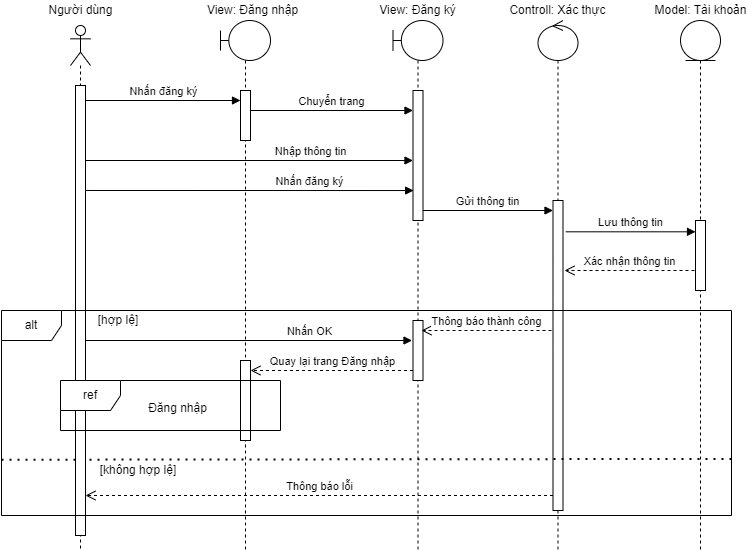
Earlier version of the draw.io export latex_thesis/Images/sequence/sequence_register.png (techcomrade/fmECG). Source tidied: cells renumbered, new cells last; positions are measured from the earlier drawing's top-left corner, leaving out a move shared by most shapes.
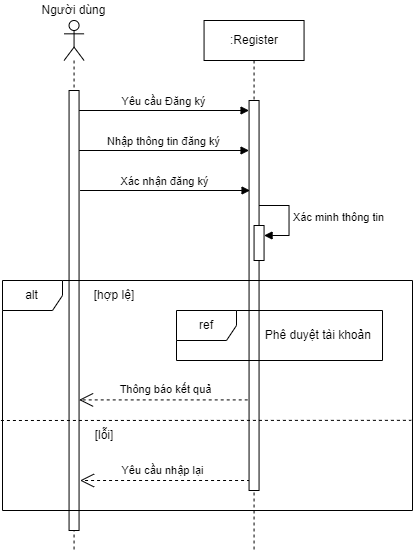
Above is the later version.

What changed in the source:
```diff
@@ -2,134 +2,81 @@
   <root>
     <mxCell id="0" />
     <mxCell id="1" parent="0" />
-    <mxCell id="2" style="shape=umlLifeline;perimeter=lifelinePerimeter;whiteSpace=wrap;html=1;newEdgeStyle={&quot;curved&quot;:0,&quot;rounded&quot;:0};participant=umlEntity;" parent="1" vertex="1">
-      <mxGeometry x="679" y="20" width="40" height="530" as="geometry" />
-    </mxCell>
-    <mxCell id="3" style="html=1;points=[[0,0,0,0,5],[0,1,0,0,-5],[1,0,0,0,5],[1,1,0,0,-5]];perimeter=orthogonalPerimeter;outlineConnect=0;targetShapes=umlLifeline;portConstraint=eastwest;newEdgeStyle={&quot;curved&quot;:0,&quot;rounded&quot;:0};" parent="2" vertex="1">
-      <mxGeometry x="15" y="200" width="10" height="70" as="geometry" />
-    </mxCell>
-    <mxCell id="4" style="shape=umlLifeline;perimeter=lifelinePerimeter;whiteSpace=wrap;html=1;newEdgeStyle={&quot;curved&quot;:0,&quot;rounded&quot;:0};participant=umlControl;size=40;" parent="1" vertex="1">
-      <mxGeometry x="536.5" y="20" width="40" height="530" as="geometry" />
-    </mxCell>
-    <mxCell id="5" style="html=1;points=[[0,0,0,0,5],[0,1,0,0,-5],[1,0,0,0,5],[1,1,0,0,-5]];perimeter=orthogonalPerimeter;outlineConnect=0;targetShapes=umlLifeline;portConstraint=eastwest;newEdgeStyle={&quot;curved&quot;:0,&quot;rounded&quot;:0};" parent="4" vertex="1">
-      <mxGeometry x="15" y="180" width="10" height="310" as="geometry" />
-    </mxCell>
-    <mxCell id="6" style="shape=umlLifeline;perimeter=lifelinePerimeter;whiteSpace=wrap;html=1;newEdgeStyle={&quot;curved&quot;:0,&quot;rounded&quot;:0};participant=umlBoundary;size=40;" parent="1" vertex="1">
-      <mxGeometry x="219" y="20" width="50" height="530" as="geometry" />
-    </mxCell>
-    <mxCell id="7" style="html=1;perimeter=orthogonalPerimeter;targetShapes=umlLifeline;newEdgeStyle={&quot;curved&quot;:0,&quot;rounded&quot;:0};" parent="6" vertex="1">
-      <mxGeometry x="20" y="70" width="10" height="50" as="geometry" />
-    </mxCell>
-    <mxCell id="8" style="html=1;perimeter=orthogonalPerimeter;targetShapes=umlLifeline;newEdgeStyle={&quot;curved&quot;:0,&quot;rounded&quot;:0};" parent="6" vertex="1">
-      <mxGeometry x="20" y="340" width="10" height="80" as="geometry" />
-    </mxCell>
-    <mxCell id="9" value="View: Đăng nhập" style="text;html=1;strokeColor=none;fillColor=none;align=center;verticalAlign=middle;whiteSpace=wrap;rounded=0;" parent="1" vertex="1">
-      <mxGeometry x="204" width="95" height="20" as="geometry" />
-    </mxCell>
-    <mxCell id="10" value="Controll: Xác thực" style="text;html=1;strokeColor=none;fillColor=none;align=center;verticalAlign=middle;whiteSpace=wrap;rounded=0;" parent="1" vertex="1">
-      <mxGeometry x="506" width="101" height="20" as="geometry" />
-    </mxCell>
-    <mxCell id="11" value="Model: Tài khoản" style="text;html=1;strokeColor=none;fillColor=none;align=center;verticalAlign=middle;whiteSpace=wrap;rounded=0;" parent="1" vertex="1">
-      <mxGeometry x="651.5" width="95" height="20" as="geometry" />
-    </mxCell>
-    <mxCell id="12" value="Nhấn đăng ký" style="html=1;verticalAlign=bottom;endArrow=block;curved=0;rounded=0;" parent="1" edge="1">
-      <mxGeometry relative="1" as="geometry">
-        <mxPoint x="84" y="100" as="sourcePoint" />
-        <mxPoint x="239" y="100" as="targetPoint" />
-      </mxGeometry>
-    </mxCell>
-    <mxCell id="13" value="Chuyển trang" style="html=1;verticalAlign=bottom;endArrow=block;curved=0;rounded=0;" parent="1" edge="1" target="16">
-      <mxGeometry relative="1" as="geometry">
-        <mxPoint x="249" y="110" as="sourcePoint" />
-      </mxGeometry>
-    </mxCell>
-    <mxCell id="14" value="Gửi thông tin" style="html=1;verticalAlign=bottom;endArrow=block;curved=0;rounded=0;" parent="1" edge="1" target="5">
-      <mxGeometry relative="1" as="geometry">
-        <mxPoint x="420.2" y="210" as="sourcePoint" />
-      </mxGeometry>
-    </mxCell>
-    <mxCell id="15" style="shape=umlLifeline;perimeter=lifelinePerimeter;whiteSpace=wrap;html=1;newEdgeStyle={&quot;curved&quot;:0,&quot;rounded&quot;:0};participant=umlBoundary;" parent="1" vertex="1">
-      <mxGeometry x="391.5" y="20" width="50" height="530" as="geometry" />
-    </mxCell>
-    <mxCell id="16" style="html=1;points=[[0,0,0,0,5],[0,1,0,0,-5],[1,0,0,0,5],[1,1,0,0,-5]];perimeter=orthogonalPerimeter;outlineConnect=0;targetShapes=umlLifeline;portConstraint=eastwest;newEdgeStyle={&quot;curved&quot;:0,&quot;rounded&quot;:0};" parent="15" vertex="1">
-      <mxGeometry x="20" y="70" width="10" height="130" as="geometry" />
-    </mxCell>
-    <mxCell id="17" style="html=1;perimeter=orthogonalPerimeter;targetShapes=umlLifeline;newEdgeStyle={&quot;curved&quot;:0,&quot;rounded&quot;:0};" parent="15" vertex="1">
-      <mxGeometry x="20" y="300" width="10" height="60" as="geometry" />
-    </mxCell>
-    <mxCell id="18" value="View: Đăng ký" style="text;html=1;strokeColor=none;fillColor=none;align=center;verticalAlign=middle;whiteSpace=wrap;rounded=0;" parent="1" vertex="1">
-      <mxGeometry x="369" width="95" height="20" as="geometry" />
-    </mxCell>
-    <mxCell id="19" value="Nhập thông tin" style="html=1;verticalAlign=bottom;endArrow=block;curved=0;rounded=0;" parent="1" edge="1" target="16">
-      <mxGeometry x="0.37" relative="1" as="geometry">
-        <mxPoint x="84" y="160" as="sourcePoint" />
-      </mxGeometry>
-    </mxCell>
-    <mxCell id="20" value="Nhấn đăng ký" style="html=1;verticalAlign=bottom;endArrow=block;curved=0;rounded=0;exitX=0.5;exitY=0.846;exitDx=0;exitDy=0;exitPerimeter=0;" parent="1" edge="1">
-      <mxGeometry x="0.37" relative="1" as="geometry">
-        <mxPoint x="79" y="190" as="sourcePoint" />
-        <mxPoint x="412.1" y="190" as="targetPoint" />
-      </mxGeometry>
-    </mxCell>
-    <mxCell id="21" value="Lưu thông tin" style="html=1;verticalAlign=bottom;endArrow=block;curved=0;rounded=0;exitX=1.27;exitY=0.101;exitDx=0;exitDy=0;exitPerimeter=0;" parent="1" edge="1" source="5" target="3">
-      <mxGeometry relative="1" as="geometry" />
-    </mxCell>
-    <mxCell id="22" value="Xác nhận thông tin" style="html=1;verticalAlign=bottom;endArrow=open;dashed=1;endSize=8;curved=0;rounded=0;" parent="1" edge="1">
-      <mxGeometry relative="1" as="geometry">
-        <mxPoint x="693" y="270" as="sourcePoint" />
-        <mxPoint x="563" y="270" as="targetPoint" />
-      </mxGeometry>
-    </mxCell>
-    <mxCell id="23" style="endArrow=none;dashed=1;html=1;dashPattern=1 3;strokeWidth=2;rounded=0;exitX=0;exitY=0.728;exitDx=0;exitDy=0;exitPerimeter=0;entryX=1.002;entryY=0.724;entryDx=0;entryDy=0;entryPerimeter=0;" parent="1" edge="1" source="34" target="34">
-      <mxGeometry relative="1" as="geometry" />
-    </mxCell>
+    <mxCell id="36" value="Yêu cầu Đăng ký" style="html=1;verticalAlign=bottom;endArrow=block;curved=0;rounded=0;" parent="1" edge="1" target="43">
+      <mxGeometry relative="1" as="geometry">
+        <mxPoint x="-743.4" y="-1020" as="sourcePoint" />
+      </mxGeometry>
+    </mxCell>
+    <mxCell id="37" value="Nhập thông tin đăng ký" style="html=1;verticalAlign=bottom;endArrow=block;curved=0;rounded=0;" parent="1" edge="1">
+      <mxGeometry relative="1" as="geometry">
+        <mxPoint x="-743.4" y="-980" as="sourcePoint" />
+        <mxPoint x="-573.4" y="-980" as="targetPoint" />
+      </mxGeometry>
+    </mxCell>
     <mxCell id="24" value="[hợp lệ]" style="text;html=1;strokeColor=none;fillColor=none;align=center;verticalAlign=middle;whiteSpace=wrap;rounded=0;" parent="1" vertex="1">
-      <mxGeometry x="69" y="310" width="96" height="20" as="geometry" />
+      <mxGeometry x="-748.4" y="-850" width="80.2" height="30" as="geometry" />
     </mxCell>
-    <mxCell id="25" value="[không hợp lệ]" style="text;html=1;strokeColor=none;fillColor=none;align=center;verticalAlign=middle;whiteSpace=wrap;rounded=0;" parent="1" vertex="1">
-      <mxGeometry x="69" y="460" width="136" height="20" as="geometry" />
-    </mxCell>
-    <mxCell id="26" value="Thông báo thành công" style="html=1;verticalAlign=bottom;endArrow=open;dashed=1;endSize=8;curved=0;rounded=0;" parent="1" edge="1">
-      <mxGeometry relative="1" as="geometry">
-        <mxPoint x="550" y="330" as="sourcePoint" />
-        <mxPoint x="420" y="330" as="targetPoint" />
-      </mxGeometry>
-    </mxCell>
-    <mxCell id="27" value="Nhấn OK" style="html=1;verticalAlign=bottom;endArrow=block;curved=0;rounded=0;exitX=1;exitY=0;exitDx=0;exitDy=5;exitPerimeter=0;" parent="1" edge="1">
-      <mxGeometry x="0.37" relative="1" as="geometry">
-        <mxPoint x="83" y="340" as="sourcePoint" />
-        <mxPoint x="410.5" y="340" as="targetPoint" />
-      </mxGeometry>
-    </mxCell>
-    <mxCell id="28" value="Quay lại trang Đăng nhập" style="html=1;verticalAlign=bottom;endArrow=open;dashed=1;endSize=8;curved=0;rounded=0;entryX=1;entryY=0;entryDx=0;entryDy=5;entryPerimeter=0;" parent="1" edge="1">
-      <mxGeometry relative="1" as="geometry">
-        <mxPoint x="411.5" y="370" as="sourcePoint" />
-        <mxPoint x="249" y="370" as="targetPoint" />
-      </mxGeometry>
-    </mxCell>
-    <mxCell id="29" value="Đăng nhập" style="text;html=1;strokeColor=none;fillColor=none;align=center;verticalAlign=middle;whiteSpace=wrap;rounded=0;" parent="1" vertex="1">
-      <mxGeometry x="134" y="395" width="85" height="25" as="geometry" />
-    </mxCell>
-    <mxCell id="30" value="Thông báo lỗi" style="html=1;verticalAlign=bottom;endArrow=open;dashed=1;endSize=8;curved=0;rounded=0;entryX=1;entryY=1;entryDx=0;entryDy=-5;entryPerimeter=0;" parent="1" edge="1">
-      <mxGeometry relative="1" as="geometry">
-        <mxPoint x="551.5" y="495" as="sourcePoint" />
-        <mxPoint x="84" y="495" as="targetPoint" />
-      </mxGeometry>
-    </mxCell>
-    <mxCell id="31" style="shape=umlLifeline;perimeter=lifelinePerimeter;whiteSpace=wrap;html=1;newEdgeStyle={&quot;curved&quot;:0,&quot;rounded&quot;:0};participant=umlActor;" parent="1" vertex="1">
-      <mxGeometry x="69" y="25" width="20" height="525" as="geometry" />
-    </mxCell>
-    <mxCell id="32" style="html=1;perimeter=orthogonalPerimeter;targetShapes=umlLifeline;newEdgeStyle={&quot;curved&quot;:0,&quot;rounded&quot;:0};" parent="31" vertex="1">
-      <mxGeometry x="5" y="60" width="10" height="450" as="geometry" />
-    </mxCell>
+    <mxCell id="38" value="[lỗi]" style="text;html=1;strokeColor=none;fillColor=none;align=center;verticalAlign=middle;whiteSpace=wrap;rounded=0;" parent="1" vertex="1">
+      <mxGeometry x="-748.4" y="-710" width="60" height="30" as="geometry" />
+    </mxCell>
+    <mxCell id="39" value="Yêu cầu nhập lại" style="endArrow=open;endSize=12;dashed=1;html=1;rounded=0;" parent="1" edge="1">
+      <mxGeometry x="0.03" y="-10" relative="1" as="geometry">
+        <mxPoint x="-572.4" y="-650" as="sourcePoint" />
+        <mxPoint x="-742.4" y="-650" as="targetPoint" />
+        <mxPoint x="-1" as="offset" />
+      </mxGeometry>
+    </mxCell>
+    <mxCell id="40" value="&lt;div&gt;&lt;br&gt;&lt;/div&gt;" style="shape=umlLifeline;perimeter=lifelinePerimeter;whiteSpace=wrap;html=1;newEdgeStyle={&quot;curved&quot;:0,&quot;rounded&quot;:0};participant=umlActor;" parent="1" vertex="1">
+      <mxGeometry x="-758.4" y="-1110" width="20" height="530" as="geometry" />
+    </mxCell>
+    <mxCell id="41" style="html=1;perimeter=orthogonalPerimeter;targetShapes=umlLifeline;newEdgeStyle={&quot;curved&quot;:0,&quot;rounded&quot;:0};" parent="40" vertex="1">
+      <mxGeometry x="5" y="70" width="10" height="440" as="geometry" />
+    </mxCell>
+    <mxCell id="35" value="Người dùng" style="text;html=1;strokeColor=none;fillColor=none;align=center;verticalAlign=middle;whiteSpace=wrap;rounded=0;" parent="1" vertex="1">
+      <mxGeometry x="-783" y="-1130" width="69.1" height="20" as="geometry" />
+    </mxCell>
+    <mxCell id="42" value=":Register" style="shape=umlLifeline;perimeter=lifelinePerimeter;whiteSpace=wrap;html=1;newEdgeStyle={&quot;curved&quot;:0,&quot;rounded&quot;:0};" parent="1" vertex="1">
+      <mxGeometry x="-618.4" y="-1110" width="100" height="530" as="geometry" />
+    </mxCell>
+    <mxCell id="43" style="html=1;points=[[0,0,0,0,5],[0,1,0,0,-5],[1,0,0,0,5],[1,1,0,0,-5]];perimeter=orthogonalPerimeter;outlineConnect=0;targetShapes=umlLifeline;portConstraint=eastwest;newEdgeStyle={&quot;curved&quot;:0,&quot;rounded&quot;:0};" parent="42" vertex="1">
+      <mxGeometry x="45" y="80" width="10" height="390" as="geometry" />
+    </mxCell>
+    <mxCell id="44" style="html=1;points=[[0,0,0,0,5],[0,1,0,0,-5],[1,0,0,0,5],[1,1,0,0,-5]];perimeter=orthogonalPerimeter;outlineConnect=0;targetShapes=umlLifeline;portConstraint=eastwest;newEdgeStyle={&quot;curved&quot;:0,&quot;rounded&quot;:0};" parent="42" vertex="1">
+      <mxGeometry x="50" y="205" width="10" height="35" as="geometry" />
+    </mxCell>
+    <mxCell id="45" value="Xác minh thông tin" style="html=1;align=left;spacingLeft=2;endArrow=block;rounded=0;edgeStyle=orthogonalEdgeStyle;curved=0;rounded=0;" parent="42" edge="1" target="44">
+      <mxGeometry relative="1" as="geometry">
+        <mxPoint x="55" y="185" as="sourcePoint" />
+        <Array as="points">
+          <mxPoint x="85" y="215" />
+        </Array>
+      </mxGeometry>
+    </mxCell>
+    <mxCell id="46" value="Thông báo kết quả" style="endArrow=open;endSize=12;dashed=1;html=1;rounded=0;" parent="1" edge="1">
+      <mxGeometry x="-0.03" y="-10" relative="1" as="geometry">
+        <mxPoint x="-574.8" y="-730.6" as="sourcePoint" />
+        <mxPoint x="-743.4" y="-730.6" as="targetPoint" />
+      </mxGeometry>
+    </mxCell>
+    <mxCell id="47" style="endArrow=none;dashed=1;html=1;rounded=0;exitX=-0.004;exitY=0.63;exitDx=0;exitDy=0;exitPerimeter=0;entryX=0.997;entryY=0.608;entryDx=0;entryDy=0;entryPerimeter=0;" parent="1" edge="1" target="34">
+      <mxGeometry relative="1" as="geometry">
+        <mxPoint x="-821.6" y="-710" as="sourcePoint" />
+      </mxGeometry>
+    </mxCell>
+    <mxCell id="48" value="Xác nhận đăng ký" style="html=1;verticalAlign=bottom;endArrow=block;curved=0;rounded=0;" parent="1" edge="1">
+      <mxGeometry relative="1" as="geometry">
+        <mxPoint x="-742.4" y="-940" as="sourcePoint" />
+        <mxPoint x="-572.4" y="-940" as="targetPoint" />
+      </mxGeometry>
+    </mxCell>
+    <mxCell id="34" value="alt" style="shape=umlFrame;whiteSpace=wrap;html=1;" parent="1" vertex="1">
+      <mxGeometry x="-820" y="-850" width="410" height="230" as="geometry" />
+    </mxCell>
     <mxCell id="33" value="ref" style="shape=umlFrame;whiteSpace=wrap;html=1;" parent="1" vertex="1">
-      <mxGeometry x="59" y="380" width="220" height="50" as="geometry" />
+      <mxGeometry x="-646" y="-820" width="206" height="50" as="geometry" />
     </mxCell>
-    <mxCell id="34" value="alt" style="shape=umlFrame;whiteSpace=wrap;html=1;" parent="1" vertex="1">
-      <mxGeometry y="310" width="730" height="205" as="geometry" />
-    </mxCell>
-    <mxCell id="35" value="Người dùng" style="text;html=1;strokeColor=none;fillColor=none;align=center;verticalAlign=middle;whiteSpace=wrap;rounded=0;" parent="1" vertex="1">
-      <mxGeometry x="31.5" width="95" height="20" as="geometry" />
-    </mxCell>
+    <mxCell id="49" value="Phê duyệt tài khoản&amp;nbsp;" style="text;html=1;align=center;verticalAlign=middle;strokeColor=none;fillColor=none;" parent="1" vertex="1">
+      <mxGeometry x="-568" y="-810" width="130" height="30" as="geometry" />
+    </mxCell>
   </root>
 </mxGraphModel>
```
